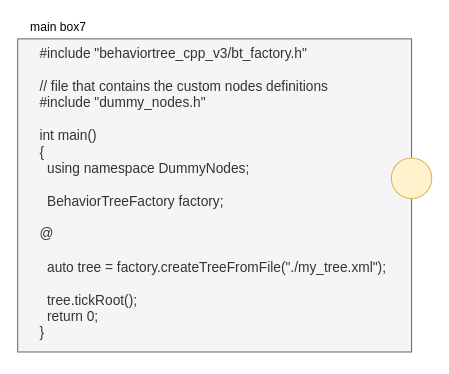
Earlier version of the draw.io diagram page "main" (2 of 6) of emitcpp.drawio (guitarvydas/behavior_tree_to_cpp). Source tidied: cells renumbered, new cells numbered last; positions are measured from the earlier drawing's top-left corner, leaving out a move shared by most shapes. Both pictures are drawn from the tidied source at 101%, with x=0, y=0 at pixel (17, 17).
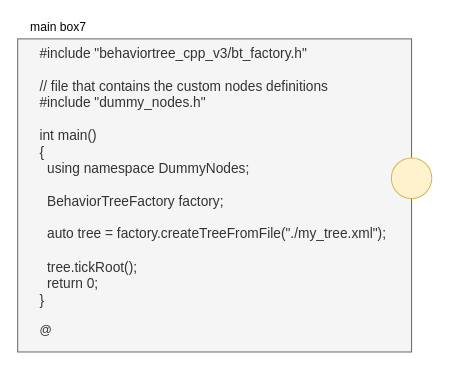
After the change.

Change to the diagram source:
```diff
@@
 <mxGraphModel>
   <root>
     <mxCell id="0" />
     <mxCell id="1" parent="0" />
-    <mxCell id="2" value="&lt;div&gt;&lt;span style=&quot;font-size: 13.6px&quot;&gt;#include &quot;behaviortree_cpp_v3/bt_factory.h&quot;&lt;/span&gt;&lt;/div&gt;&lt;div&gt;&lt;span style=&quot;font-size: 13.6px&quot;&gt;&lt;br&gt;&lt;/span&gt;&lt;/div&gt;&lt;div&gt;&lt;span style=&quot;font-size: 13.6px&quot;&gt;// file that contains the custom nodes definitions&lt;/span&gt;&lt;/div&gt;&lt;div&gt;&lt;span style=&quot;font-size: 13.6px&quot;&gt;#include &quot;dummy_nodes.h&quot;&lt;/span&gt;&lt;/div&gt;&lt;div&gt;&lt;span style=&quot;font-size: 13.6px&quot;&gt;&lt;br&gt;&lt;/span&gt;&lt;/div&gt;&lt;div&gt;&lt;span style=&quot;font-size: 13.6px&quot;&gt;int main()&lt;/span&gt;&lt;/div&gt;&lt;div&gt;&lt;span style=&quot;font-size: 13.6px&quot;&gt;{&lt;/span&gt;&lt;/div&gt;&lt;div&gt;&lt;span style=&quot;font-size: 13.6px&quot;&gt;&amp;nbsp; using namespace DummyNodes;&lt;/span&gt;&lt;/div&gt;&lt;div&gt;&lt;span style=&quot;font-size: 13.6px&quot;&gt;&lt;br&gt;&lt;/span&gt;&lt;/div&gt;&lt;div&gt;&lt;span style=&quot;font-size: 13.6px&quot;&gt;&amp;nbsp; BehaviorTreeFactory factory;&lt;/span&gt;&lt;/div&gt;&lt;div&gt;&lt;span style=&quot;font-size: 13.6px&quot;&gt;&lt;br&gt;&lt;/span&gt;&lt;/div&gt;&lt;div&gt;&lt;span style=&quot;font-size: 13.6px&quot;&gt;@&lt;/span&gt;&lt;/div&gt;&lt;div&gt;&lt;span style=&quot;font-size: 13.6px&quot;&gt;&lt;br&gt;&lt;/span&gt;&lt;/div&gt;&lt;div&gt;&lt;span style=&quot;font-size: 13.6px&quot;&gt;&amp;nbsp; auto tree = factory.createTreeFromFile(&quot;./my_tree.xml&quot;);&lt;/span&gt;&lt;br&gt;&lt;/div&gt;&lt;div&gt;&lt;span style=&quot;font-size: 13.6px&quot;&gt;&lt;br&gt;&lt;/span&gt;&lt;/div&gt;&lt;div&gt;&lt;span style=&quot;font-size: 13.6px&quot;&gt;&amp;nbsp; tree.tickRoot();&lt;/span&gt;&lt;/div&gt;&lt;div&gt;&lt;span style=&quot;font-size: 13.6px&quot;&gt;&amp;nbsp; return 0;&lt;/span&gt;&lt;br&gt;&lt;/div&gt;&lt;div&gt;&lt;span style=&quot;font-size: 13.6px&quot;&gt;}&lt;/span&gt;&lt;/div&gt;&lt;div&gt;&lt;br&gt;&lt;/div&gt;" style="rounded=0;whiteSpace=wrap;html=1;align=left;verticalAlign=top;fillColor=#f5f5f5;strokeColor=#666666;fontColor=#333333;spacingLeft=20;" parent="1" vertex="1">
+    <mxCell id="2" value="&lt;div&gt;&lt;span style=&quot;font-size: 13.6px&quot;&gt;#include &quot;behaviortree_cpp_v3/bt_factory.h&quot;&lt;/span&gt;&lt;/div&gt;&lt;div&gt;&lt;span style=&quot;font-size: 13.6px&quot;&gt;&lt;br&gt;&lt;/span&gt;&lt;/div&gt;&lt;div&gt;&lt;span style=&quot;font-size: 13.6px&quot;&gt;// file that contains the custom nodes definitions&lt;/span&gt;&lt;/div&gt;&lt;div&gt;&lt;span style=&quot;font-size: 13.6px&quot;&gt;#include &quot;dummy_nodes.h&quot;&lt;/span&gt;&lt;/div&gt;&lt;div&gt;&lt;span style=&quot;font-size: 13.6px&quot;&gt;&lt;br&gt;&lt;/span&gt;&lt;/div&gt;&lt;div&gt;&lt;span style=&quot;font-size: 13.6px&quot;&gt;int main()&lt;/span&gt;&lt;/div&gt;&lt;div&gt;&lt;span style=&quot;font-size: 13.6px&quot;&gt;{&lt;/span&gt;&lt;/div&gt;&lt;div&gt;&lt;span style=&quot;font-size: 13.6px&quot;&gt;&amp;nbsp; using namespace DummyNodes;&lt;/span&gt;&lt;/div&gt;&lt;div&gt;&lt;span style=&quot;font-size: 13.6px&quot;&gt;&lt;br&gt;&lt;/span&gt;&lt;/div&gt;&lt;div&gt;&lt;span style=&quot;font-size: 13.6px&quot;&gt;&amp;nbsp; BehaviorTreeFactory factory;&lt;/span&gt;&lt;/div&gt;&lt;div&gt;&lt;span style=&quot;font-size: 13.6px&quot;&gt;&lt;br&gt;&lt;/span&gt;&lt;/div&gt;&lt;div&gt;&lt;span style=&quot;font-size: 13.6px&quot;&gt;&amp;nbsp; auto tree = factory.createTreeFromFile(&quot;./my_tree.xml&quot;);&lt;/span&gt;&lt;br&gt;&lt;/div&gt;&lt;div&gt;&lt;span style=&quot;font-size: 13.6px&quot;&gt;&lt;br&gt;&lt;/span&gt;&lt;/div&gt;&lt;div&gt;&lt;span style=&quot;font-size: 13.6px&quot;&gt;&amp;nbsp; tree.tickRoot();&lt;/span&gt;&lt;/div&gt;&lt;div&gt;&lt;span style=&quot;font-size: 13.6px&quot;&gt;&amp;nbsp; return 0;&lt;/span&gt;&lt;br&gt;&lt;/div&gt;&lt;div&gt;&lt;span style=&quot;font-size: 13.6px&quot;&gt;}&lt;/span&gt;&lt;/div&gt;&lt;div&gt;&lt;br&gt;&lt;/div&gt;&lt;div&gt;@&lt;/div&gt;&lt;div&gt;&lt;br&gt;&lt;/div&gt;" style="rounded=0;whiteSpace=wrap;html=1;align=left;verticalAlign=top;fillColor=#f5f5f5;strokeColor=#666666;fontColor=#333333;spacingLeft=20;" parent="1" vertex="1">
       <mxGeometry y="21" width="390" height="310" as="geometry" />
     </mxCell>
     <mxCell id="3" style="ellipse;whiteSpace=wrap;html=1;strokeColor=#d6b656;align=center;fillColor=#fff2cc;" parent="1" vertex="1">
       <mxGeometry x="370" y="139" width="40" height="40" as="geometry" />
     </mxCell>
     <mxCell id="4" value="main box7" style="text;html=1;align=center;verticalAlign=middle;strokeColor=none;" parent="1" vertex="1">
       <mxGeometry x="5" width="70" height="20" as="geometry" />
     </mxCell>
   </root>
 </mxGraphModel>
```
